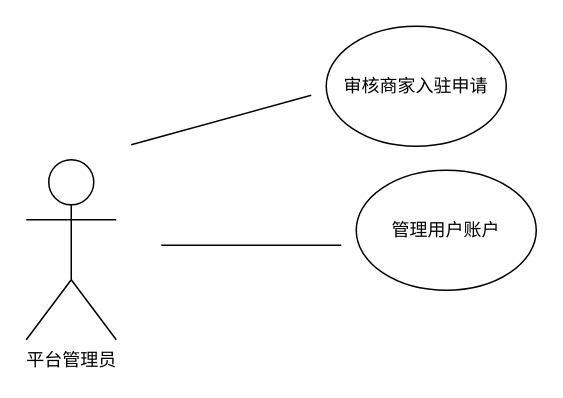
Before: UML/管理员用例图.drawio in erdenezaya123/eleba-update, a draw.io diagram. Source tidied: cells renumbered, new cells numbered last; positions are measured from the earlier drawing's top-left corner, leaving out a move shared by most shapes. Both pictures are drawn from the tidied source at 150%, with x=0, y=0 at pixel (26, 26).
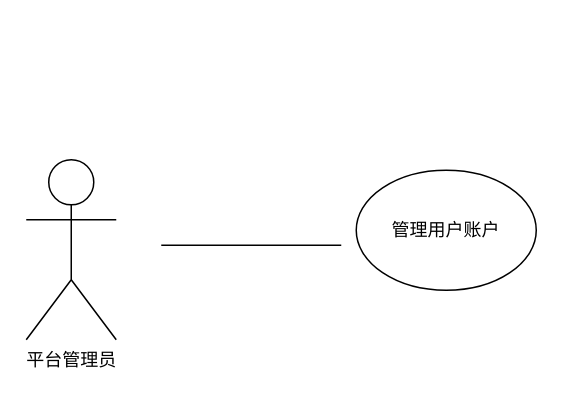
The same page after the edit.

Diff of the diagram source:
```diff
@@
 <mxGraphModel>
   <root>
     <mxCell id="0" />
     <mxCell id="1" parent="0" />
     <mxCell id="2" value="平台管理员" style="shape=umlActor;verticalLabelPosition=bottom;verticalAlign=top;html=1;" parent="1" vertex="1">
       <mxGeometry y="89" width="60" height="120" as="geometry" />
     </mxCell>
-    <mxCell id="3" style="endArrow=none;html=1;rounded=0;fontSize=12;startSize=8;endSize=8;curved=1;" parent="1" edge="1">
-      <mxGeometry relative="1" as="geometry">
-        <mxPoint x="70" y="79" as="sourcePoint" />
-        <mxPoint x="190" y="46" as="targetPoint" />
-      </mxGeometry>
-    </mxCell>
     <mxCell id="4" style="endArrow=none;html=1;rounded=0;fontSize=12;startSize=8;endSize=8;curved=1;" parent="1" edge="1">
       <mxGeometry relative="1" as="geometry">
         <mxPoint x="90" y="146" as="sourcePoint" />
         <mxPoint x="210" y="146" as="targetPoint" />
       </mxGeometry>
     </mxCell>
-    <mxCell id="5" value="审核商家入驻申请" style="ellipse;whiteSpace=wrap;html=1;" parent="1" vertex="1">
-      <mxGeometry x="200" width="120" height="80" as="geometry" />
-    </mxCell>
     <mxCell id="6" value="管理用户账户" style="ellipse;whiteSpace=wrap;html=1;" parent="1" vertex="1">
       <mxGeometry x="220" y="96" width="120" height="80" as="geometry" />
     </mxCell>
   </root>
 </mxGraphModel>
```
